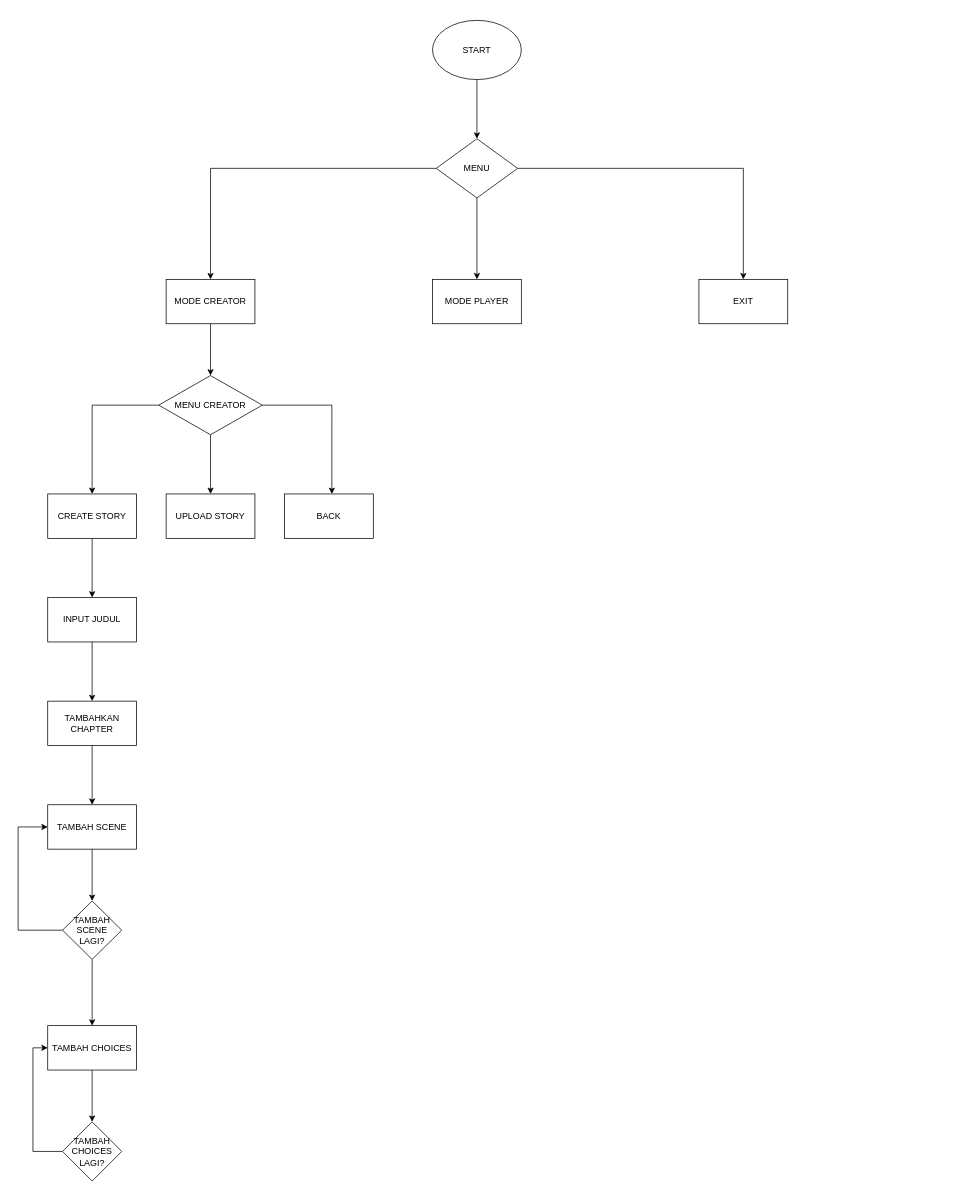
The-Great-Dayan-s-Attorney/absolute-cinema keeps this draw.io diagram as absolute-cinema.drawio. Above is the earlier version. Source tidied: cells renumbered, new cells numbered last; positions are measured from the earlier drawing's top-left corner, leaving out a move shared by most shapes. Both pictures are drawn from the tidied source at 74%, with x=0, y=0 at pixel (18, 20).
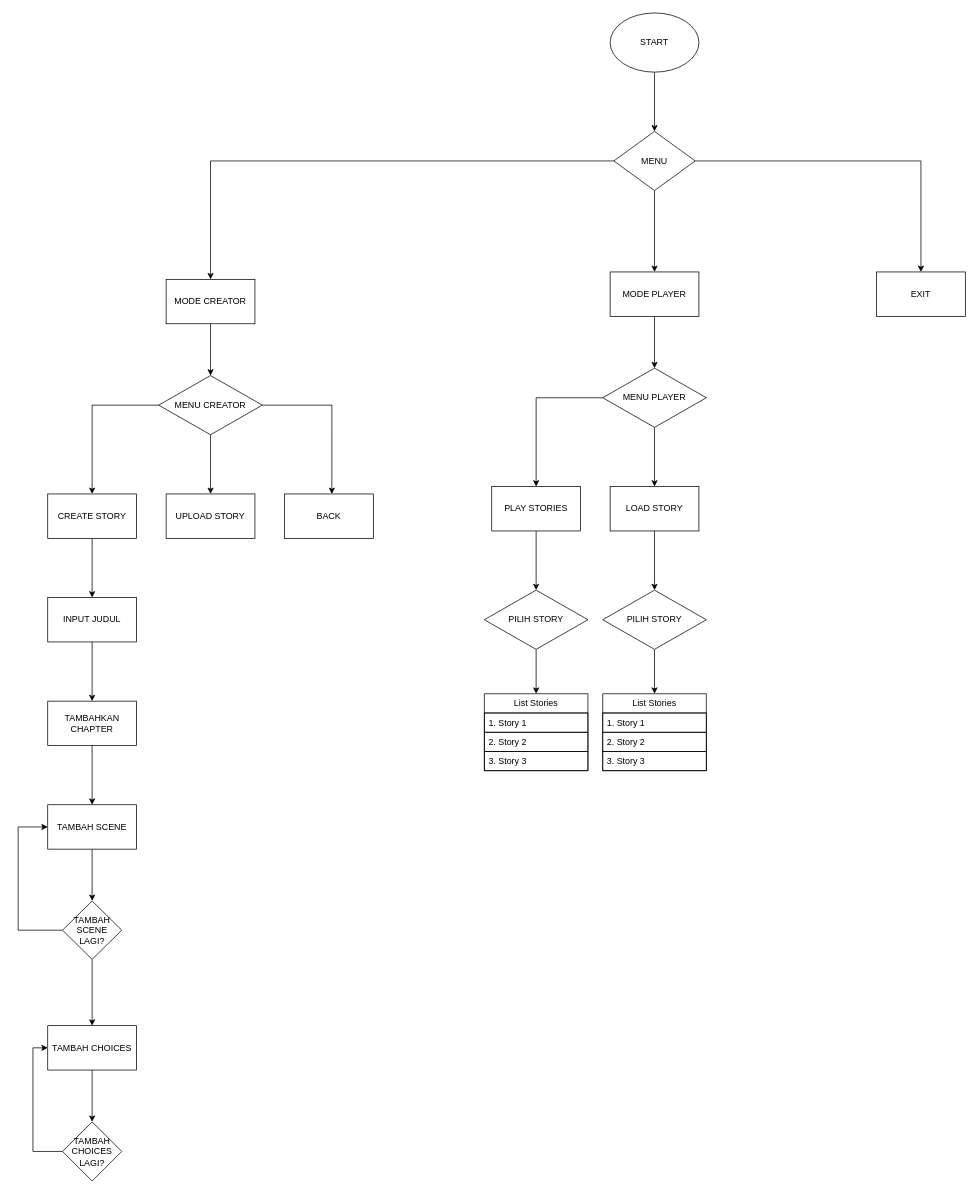
The same diagram, later.

The edit, as a diff of the source:
```diff
@@
     <mxCell id="3" value="START" style="ellipse;whiteSpace=wrap;html=1;" parent="1" vertex="1">
-      <mxGeometry x="560" width="120" height="80" as="geometry" />
+      <mxGeometry x="800" y="-10" width="120" height="80" as="geometry" />
     </mxCell>
@@
     <mxCell id="7" value="MENU" style="rhombus;whiteSpace=wrap;html=1;" parent="1" vertex="1">
-      <mxGeometry x="565" y="160" width="110" height="80" as="geometry" />
+      <mxGeometry x="805" y="150" width="110" height="80" as="geometry" />
     </mxCell>
@@
+    <mxCell id="33" style="edgeStyle=orthogonalEdgeStyle;rounded=0;jettySize=auto;html=1;" parent="1" edge="1" source="10" target="36">
+      <mxGeometry relative="1" as="geometry" />
+    </mxCell>
     <mxCell id="10" value="MODE PLAYER" style="rounded=0;whiteSpace=wrap;html=1;" parent="1" vertex="1">
-      <mxGeometry x="560" y="350" width="120" height="60" as="geometry" />
+      <mxGeometry x="800" y="340" width="120" height="60" as="geometry" />
     </mxCell>
     <mxCell id="11" value="EXIT" style="rounded=0;whiteSpace=wrap;html=1;" parent="1" vertex="1">
-      <mxGeometry x="920" y="350" width="120" height="60" as="geometry" />
+      <mxGeometry x="1160" y="340" width="120" height="60" as="geometry" />
     </mxCell>
@@
+    <mxCell id="34" style="edgeStyle=orthogonalEdgeStyle;rounded=0;jettySize=auto;html=1;" parent="1" edge="1" source="36" target="44">
+      <mxGeometry relative="1" as="geometry" />
+    </mxCell>
+    <mxCell id="35" style="edgeStyle=orthogonalEdgeStyle;rounded=0;jettySize=auto;html=1;entryX=0.5;entryY=0;entryDx=0;entryDy=0;" parent="1" edge="1" source="36" target="46">
+      <mxGeometry relative="1" as="geometry" />
+    </mxCell>
+    <mxCell id="36" value="MENU PLAYER" style="rhombus;whiteSpace=wrap;html=1;rounded=0;" parent="1" vertex="1">
+      <mxGeometry x="790" y="470" width="140" height="80" as="geometry" />
+    </mxCell>
+    <mxCell id="37" style="edgeStyle=orthogonalEdgeStyle;rounded=0;jettySize=auto;html=1;entryX=0.5;entryY=0;entryDx=0;entryDy=0;" parent="1" edge="1" source="38" target="39">
+      <mxGeometry relative="1" as="geometry" />
+    </mxCell>
+    <mxCell id="38" value="PILIH STORY" style="rhombus;whiteSpace=wrap;html=1;rounded=0;" parent="1" vertex="1">
+      <mxGeometry x="630" y="770" width="140" height="80" as="geometry" />
+    </mxCell>
+    <mxCell id="39" value="List Stories" style="swimlane;fontStyle=0;horizontal=1;startSize=26;fillColor=none;whiteSpace=wrap;html=1;" parent="1" vertex="1">
+      <mxGeometry x="630" y="910" width="140" height="104" as="geometry" />
+    </mxCell>
+    <mxCell id="40" value="1. Story 1" style="text;strokeColor=default;fillColor=none;align=left;verticalAlign=top;spacingLeft=4;spacingRight=4;overflow=hidden;whiteSpace=wrap;html=1;" parent="39" vertex="1">
+      <mxGeometry y="26" width="140" height="26" as="geometry" />
+    </mxCell>
+    <mxCell id="41" value="2. Story 2" style="text;strokeColor=default;fillColor=none;align=left;verticalAlign=top;spacingLeft=4;spacingRight=4;overflow=hidden;whiteSpace=wrap;html=1;" parent="39" vertex="1">
+      <mxGeometry y="52" width="140" height="26" as="geometry" />
+    </mxCell>
+    <mxCell id="42" value="3. Story 3" style="text;strokeColor=default;fillColor=none;align=left;verticalAlign=top;spacingLeft=4;spacingRight=4;overflow=hidden;whiteSpace=wrap;html=1;" parent="39" vertex="1">
+      <mxGeometry y="78" width="140" height="26" as="geometry" />
+    </mxCell>
+    <mxCell id="43" style="edgeStyle=orthogonalEdgeStyle;rounded=0;jettySize=auto;html=1;" parent="1" edge="1" source="44" target="48">
+      <mxGeometry relative="1" as="geometry" />
+    </mxCell>
+    <mxCell id="44" value="LOAD STORY" style="whiteSpace=wrap;html=1;rounded=0;" parent="1" vertex="1">
+      <mxGeometry x="800" y="630" width="120" height="60" as="geometry" />
+    </mxCell>
+    <mxCell id="45" style="edgeStyle=orthogonalEdgeStyle;rounded=0;jettySize=auto;html=1;" parent="1" edge="1" source="46" target="38">
+      <mxGeometry relative="1" as="geometry" />
+    </mxCell>
+    <mxCell id="46" value="PLAY STORIES" style="whiteSpace=wrap;html=1;rounded=0;" parent="1" vertex="1">
+      <mxGeometry x="640" y="630" width="120" height="60" as="geometry" />
+    </mxCell>
+    <mxCell id="47" style="edgeStyle=orthogonalEdgeStyle;rounded=0;jettySize=auto;html=1;" parent="1" edge="1" source="48" target="49">
+      <mxGeometry relative="1" as="geometry" />
+    </mxCell>
+    <mxCell id="48" value="PILIH STORY" style="rhombus;whiteSpace=wrap;html=1;rounded=0;" parent="1" vertex="1">
+      <mxGeometry x="790" y="770" width="140" height="80" as="geometry" />
+    </mxCell>
+    <mxCell id="49" value="List Stories" style="swimlane;fontStyle=0;horizontal=1;startSize=26;fillColor=none;whiteSpace=wrap;html=1;" parent="1" vertex="1">
+      <mxGeometry x="790" y="910" width="140" height="104" as="geometry" />
+    </mxCell>
+    <mxCell id="50" value="1. Story 1" style="text;strokeColor=default;fillColor=none;align=left;verticalAlign=top;spacingLeft=4;spacingRight=4;overflow=hidden;whiteSpace=wrap;html=1;" parent="49" vertex="1">
+      <mxGeometry y="26" width="140" height="26" as="geometry" />
+    </mxCell>
+    <mxCell id="51" value="2. Story 2" style="text;strokeColor=default;fillColor=none;align=left;verticalAlign=top;spacingLeft=4;spacingRight=4;overflow=hidden;whiteSpace=wrap;html=1;" parent="49" vertex="1">
+      <mxGeometry y="52" width="140" height="26" as="geometry" />
+    </mxCell>
+    <mxCell id="52" value="3. Story 3" style="text;strokeColor=default;fillColor=none;align=left;verticalAlign=top;spacingLeft=4;spacingRight=4;overflow=hidden;whiteSpace=wrap;html=1;" parent="49" vertex="1">
+      <mxGeometry y="78" width="140" height="26" as="geometry" />
+    </mxCell>
```
